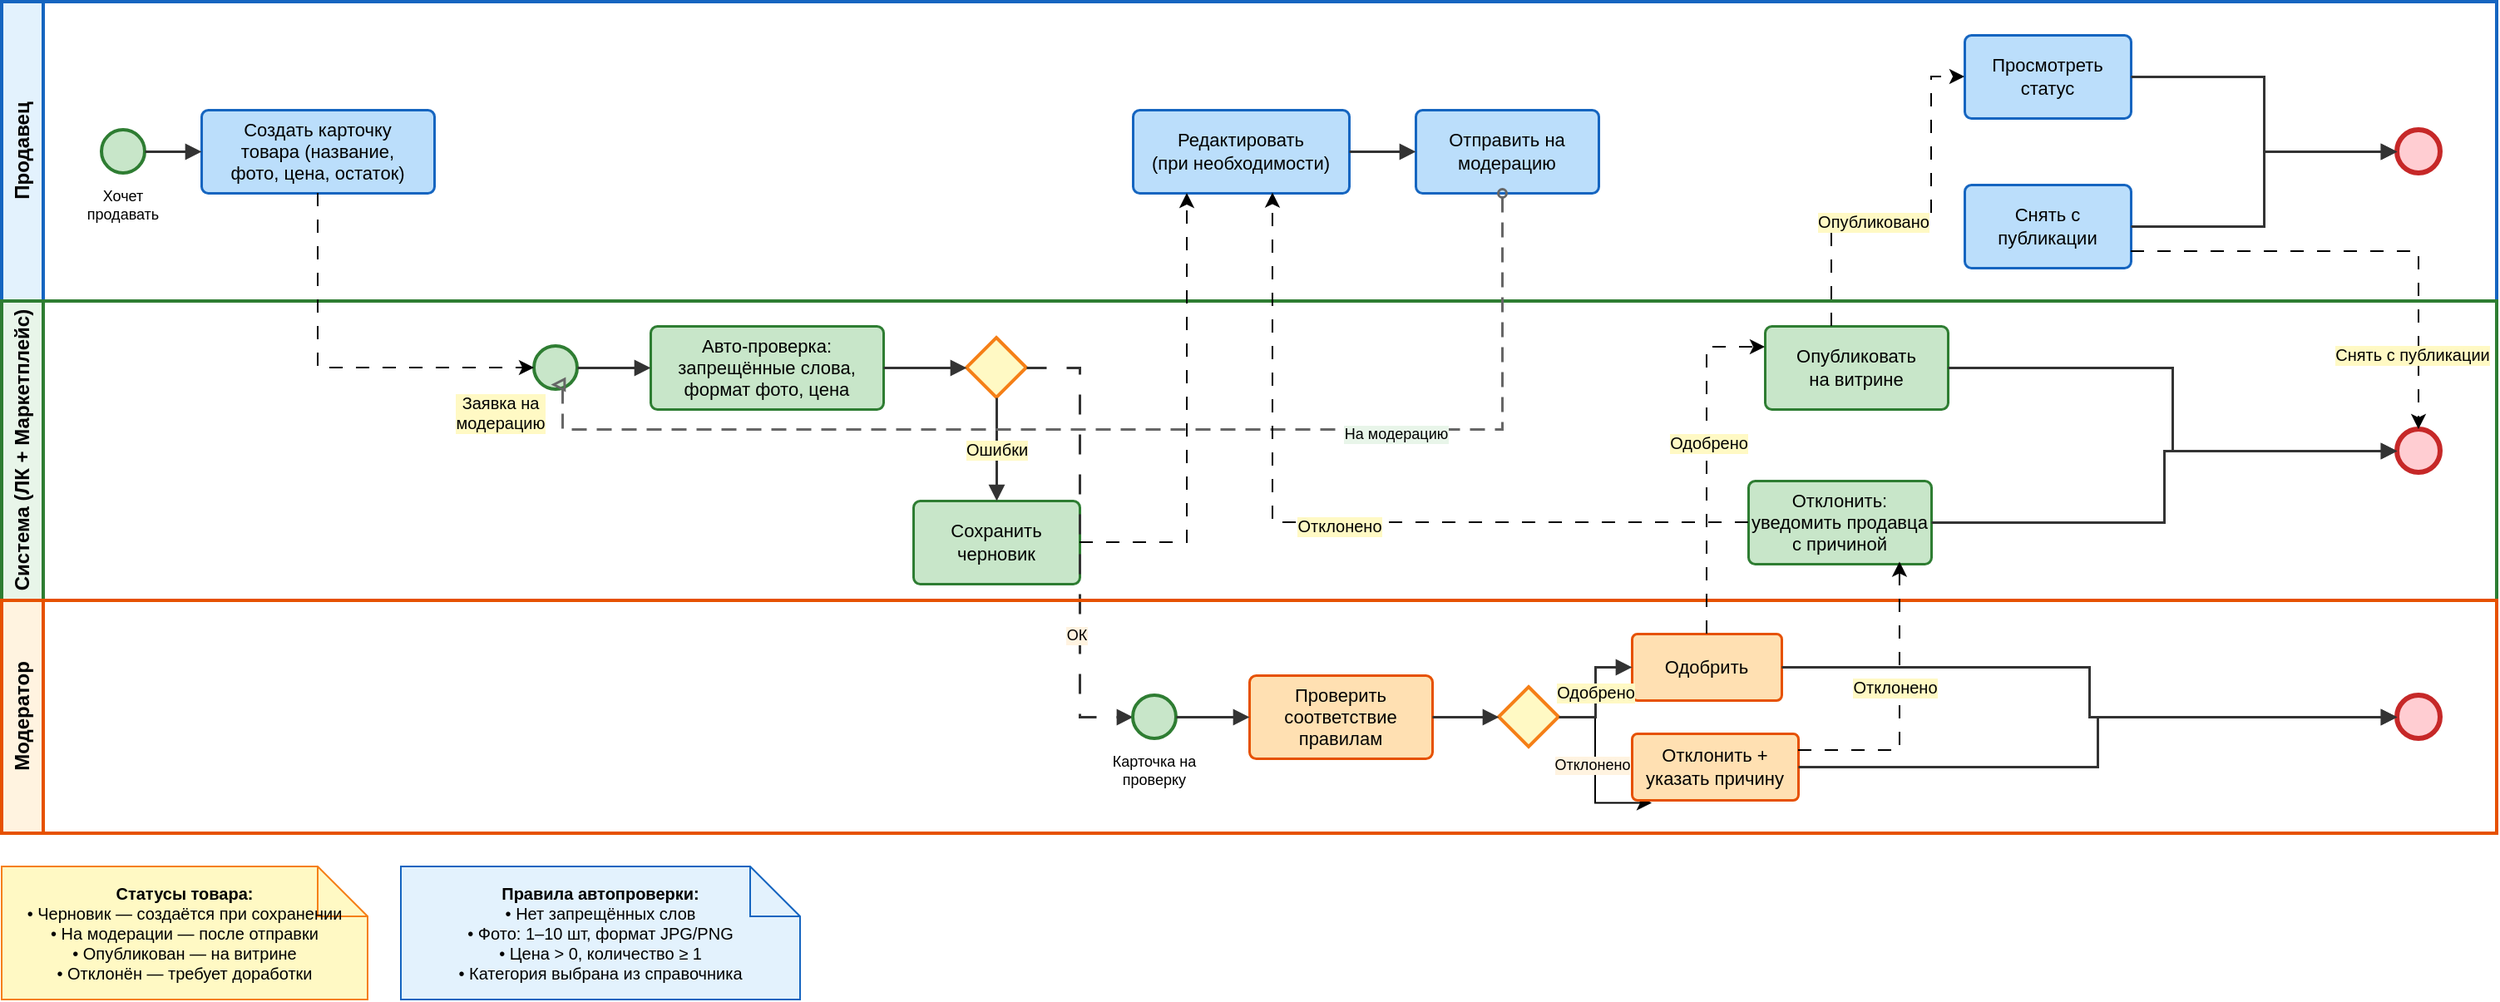
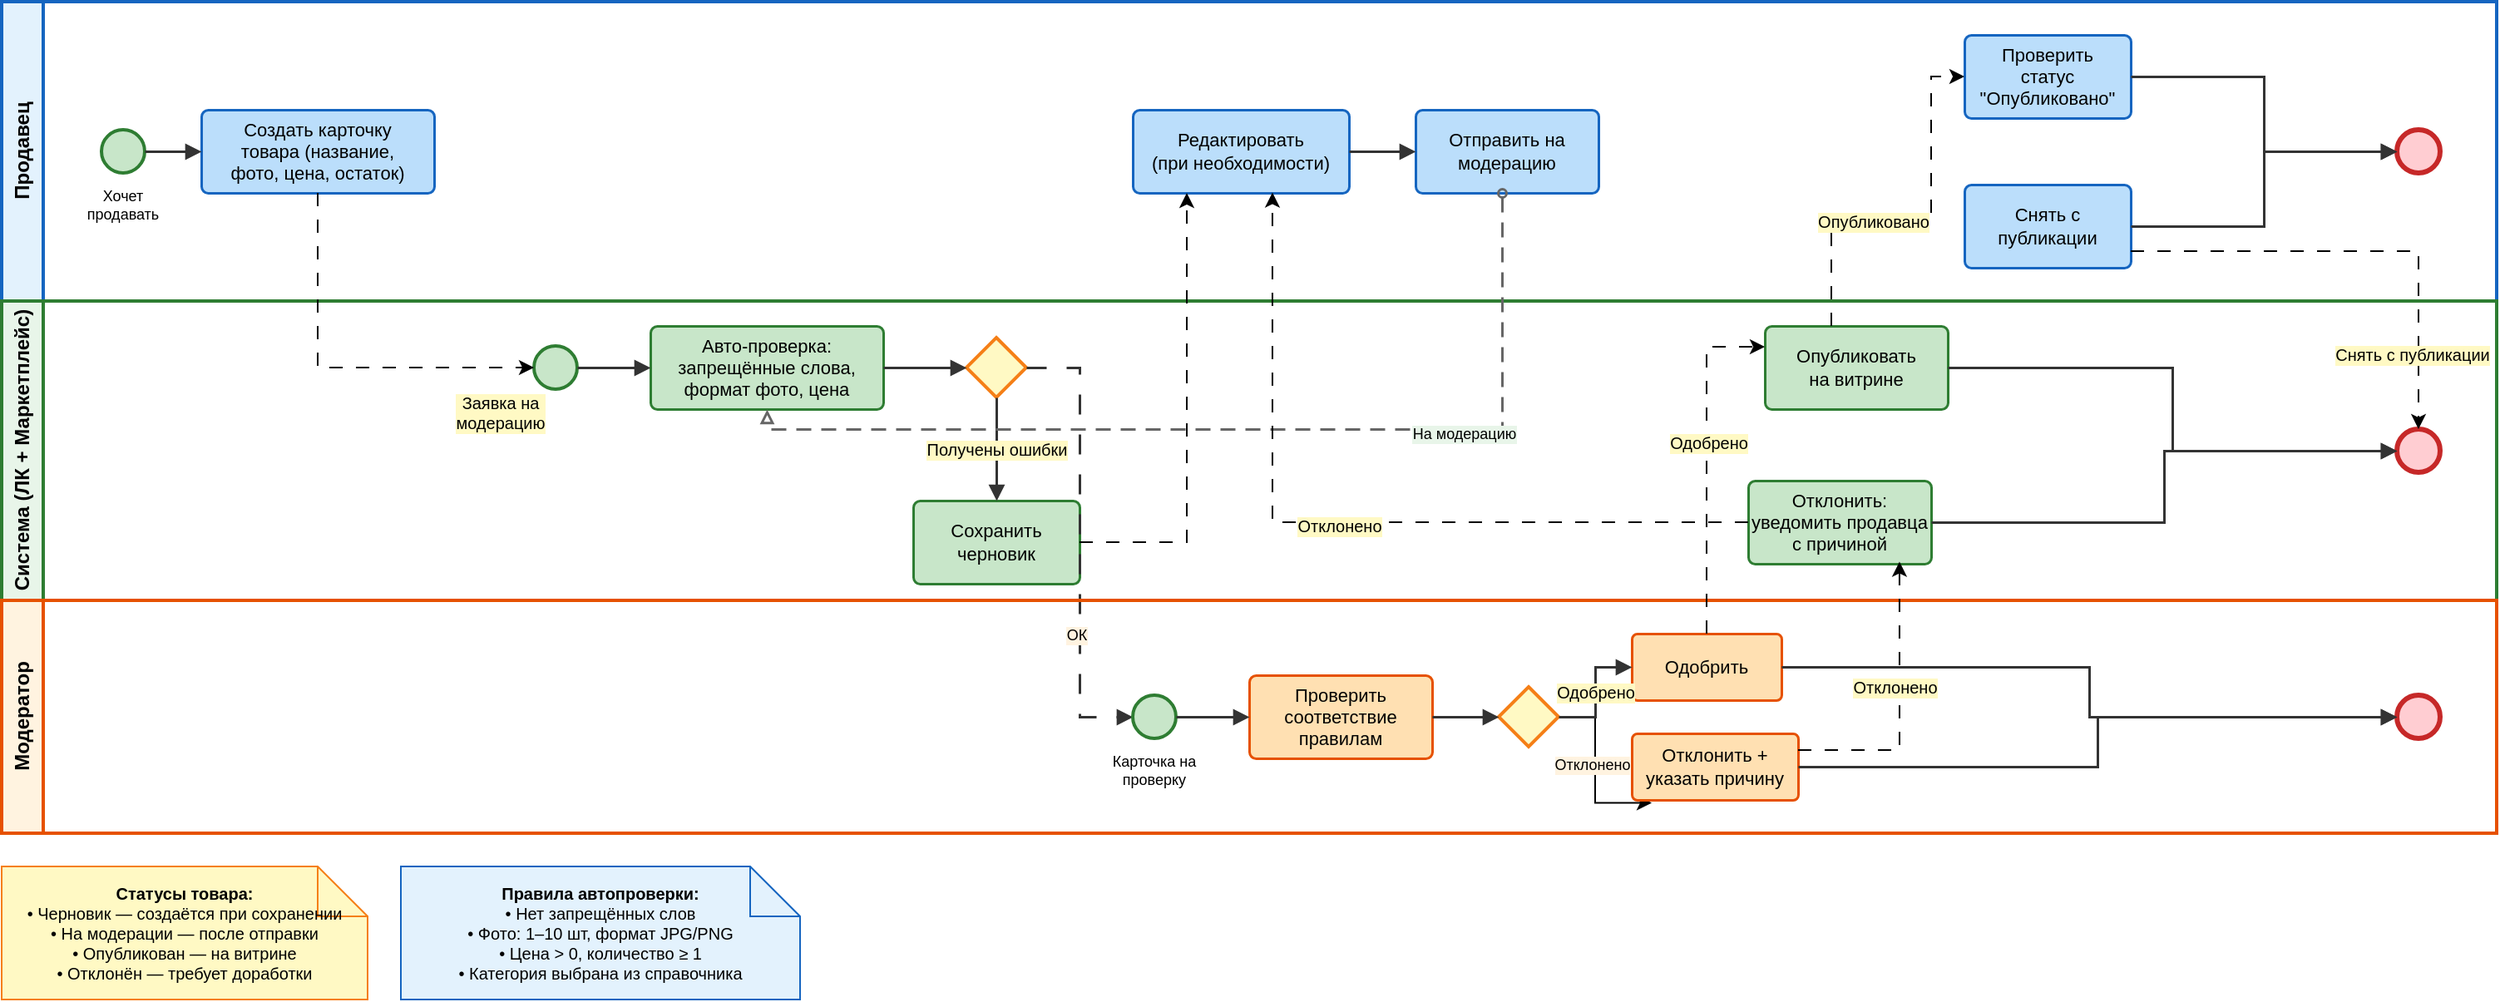
<mxfile host="app.diagrams.net" agent="Kimi">
  <diagram name="Публикация товара" id="product-publish-bpmn">
-     <mxGraphModel dx="1288" dy="711" grid="1" gridSize="10" guides="1" tooltips="1" connect="1" arrows="1" fold="1" page="1" pageScale="1" pageWidth="1700" pageHeight="900" math="0" shadow="0">
+     <mxGraphModel dx="1875" dy="711" grid="1" gridSize="10" guides="1" tooltips="1" connect="1" arrows="1" fold="1" page="1" pageScale="1" pageWidth="1700" pageHeight="900" math="0" shadow="0">
      <root>
        <mxCell id="0" />
        <mxCell id="1" parent="0" />
        <mxCell id="pool-seller" parent="1" style="swimlane;horizontal=0;startSize=25;swimlaneLine=1;collapsible=0;fontStyle=1;fillColor=#E3F2FD;strokeColor=#1565C0;strokeWidth=2;fontSize=12;whiteSpace=wrap;" value="Продавец" vertex="1">
          <mxGeometry height="180" width="1500" x="40" y="40" as="geometry" />
        </mxCell>
        <mxCell id="start-seller" parent="pool-seller" style="ellipse;whiteSpace=wrap;html=1;aspect=fixed;fillColor=#C8E6C9;strokeColor=#2E7D32;strokeWidth=2;" value="" vertex="1">
          <mxGeometry height="26" width="26" x="60" y="77" as="geometry" />
        </mxCell>
        <mxCell id="lbl-start-seller" parent="pool-seller" style="text;html=1;strokeColor=none;fillColor=none;align=center;verticalAlign=top;whiteSpace=wrap;rounded=0;fontSize=9;" value="Хочет&#xa;продавать" vertex="1">
          <mxGeometry height="28" width="60" x="43" y="105" as="geometry" />
        </mxCell>
        <mxCell id="task-create" parent="pool-seller" style="rounded=1;whiteSpace=wrap;html=1;arcSize=8;fillColor=#BBDEFB;strokeColor=#1565C0;strokeWidth=1.5;fontSize=11;" value="Создать карточку&#xa;товара (название,&#xa;фото, цена, остаток)" vertex="1">
          <mxGeometry height="50" width="140" x="120" y="65" as="geometry" />
        </mxCell>
        <mxCell id="task-edit" parent="pool-seller" style="rounded=1;whiteSpace=wrap;html=1;arcSize=8;fillColor=#BBDEFB;strokeColor=#1565C0;strokeWidth=1.5;fontSize=11;" value="Редактировать&#xa;(при необходимости)" vertex="1">
          <mxGeometry height="50" width="130" x="680" y="65" as="geometry" />
        </mxCell>
        <mxCell id="task-send" parent="pool-seller" style="rounded=1;whiteSpace=wrap;html=1;arcSize=8;fillColor=#BBDEFB;strokeColor=#1565C0;strokeWidth=1.5;fontSize=11;" value="Отправить на&#xa;модерацию" vertex="1">
          <mxGeometry height="50" width="110" x="850" y="65" as="geometry" />
        </mxCell>
-         <mxCell id="task-view-status" parent="pool-seller" style="rounded=1;whiteSpace=wrap;html=1;arcSize=8;fillColor=#BBDEFB;strokeColor=#1565C0;strokeWidth=1.5;fontSize=11;" value="Просмотреть&#xa;статус" vertex="1">
+         <mxCell id="task-view-status" parent="pool-seller" style="rounded=1;whiteSpace=wrap;html=1;arcSize=8;fillColor=#BBDEFB;strokeColor=#1565C0;strokeWidth=1.5;fontSize=11;" value="Проверить&lt;br&gt;статус &quot;Опубликовано&quot;" vertex="1">
          <mxGeometry height="50" width="100" x="1180" y="20" as="geometry" />
        </mxCell>
        <mxCell id="task-unpublish" parent="pool-seller" style="rounded=1;whiteSpace=wrap;html=1;arcSize=8;fillColor=#BBDEFB;strokeColor=#1565C0;strokeWidth=1.5;fontSize=11;" value="Снять с&#xa;публикации" vertex="1">
          <mxGeometry height="50" width="100" x="1180" y="110" as="geometry" />
        </mxCell>
        <mxCell id="end-seller" parent="pool-seller" style="ellipse;whiteSpace=wrap;html=1;aspect=fixed;fillColor=#FFCDD2;strokeColor=#C62828;strokeWidth=3;" value="" vertex="1">
          <mxGeometry height="26" width="26" x="1440" y="77" as="geometry" />
        </mxCell>
        <mxCell id="sf-s1" edge="1" parent="pool-seller" source="start-seller" style="edgeStyle=orthogonalEdgeStyle;rounded=0;orthogonalLoop=1;jettySize=auto;html=1;exitX=1;exitY=0.5;exitDx=0;exitDy=0;entryX=0;entryY=0.5;entryDx=0;entryDy=0;strokeColor=#333333;strokeWidth=1.5;endArrow=block;endFill=1;" target="task-create" value="">
          <mxGeometry relative="1" as="geometry" />
        </mxCell>
        <mxCell id="sf-s2" edge="1" parent="pool-seller" source="task-edit" style="edgeStyle=orthogonalEdgeStyle;rounded=0;orthogonalLoop=1;jettySize=auto;html=1;exitX=1;exitY=0.5;exitDx=0;exitDy=0;entryX=0;entryY=0.5;entryDx=0;entryDy=0;strokeColor=#333333;strokeWidth=1.5;endArrow=block;endFill=1;" target="task-send" value="">
          <mxGeometry relative="1" as="geometry" />
        </mxCell>
        <mxCell id="sf-s3" edge="1" parent="pool-seller" source="task-view-status" style="edgeStyle=orthogonalEdgeStyle;rounded=0;orthogonalLoop=1;jettySize=auto;html=1;exitX=1;exitY=0.5;exitDx=0;exitDy=0;entryX=0;entryY=0.5;entryDx=0;entryDy=0;strokeColor=#333333;strokeWidth=1.5;endArrow=block;endFill=1;" target="end-seller" value="">
          <mxGeometry relative="1" as="geometry" />
        </mxCell>
        <mxCell id="sf-s4" edge="1" parent="pool-seller" source="task-unpublish" style="edgeStyle=orthogonalEdgeStyle;rounded=0;orthogonalLoop=1;jettySize=auto;html=1;exitX=1;exitY=0.5;exitDx=0;exitDy=0;entryX=0;entryY=0.5;entryDx=0;entryDy=0;strokeColor=#333333;strokeWidth=1.5;endArrow=block;endFill=1;" target="end-seller" value="">
          <mxGeometry relative="1" as="geometry" />
        </mxCell>
        <mxCell id="pool-system" parent="1" style="swimlane;horizontal=0;startSize=25;swimlaneLine=1;collapsible=0;fontStyle=1;fillColor=#E8F5E9;strokeColor=#2E7D32;strokeWidth=2;fontSize=12;whiteSpace=wrap;" value="Система (ЛК + Маркетплейс)" vertex="1">
          <mxGeometry height="180" width="1500" x="40" y="220" as="geometry" />
        </mxCell>
        <mxCell id="start-system" parent="pool-system" style="ellipse;whiteSpace=wrap;html=1;aspect=fixed;fillColor=#C8E6C9;strokeColor=#2E7D32;strokeWidth=2;" value="" vertex="1">
          <mxGeometry height="26" width="26" x="320" y="27" as="geometry" />
        </mxCell>
        <mxCell id="lbl-start-system" parent="pool-system" style="text;html=1;strokeColor=none;fillColor=none;align=center;verticalAlign=middle;whiteSpace=wrap;rounded=0;fontSize=10;fontFamily=Helvetica;fontColor=default;fontStyle=0;labelBackgroundColor=#FFF9C4;" value="Заявка на&#xa;модерацию" vertex="1">
          <mxGeometry height="28" width="60" x="270" y="53" as="geometry" />
        </mxCell>
        <mxCell id="task-validate" parent="pool-system" style="rounded=1;whiteSpace=wrap;html=1;arcSize=8;fillColor=#C8E6C9;strokeColor=#2E7D32;strokeWidth=1.5;fontSize=11;" value="Авто-проверка:&#xa;запрещённые слова,&#xa;формат фото, цена" vertex="1">
          <mxGeometry height="50" width="140" x="390" y="15" as="geometry" />
        </mxCell>
        <mxCell id="gateway-auto" parent="pool-system" style="rhombus;whiteSpace=wrap;html=1;fillColor=#FFF9C4;strokeColor=#F57F17;strokeWidth=2;" value="" vertex="1">
          <mxGeometry height="36" width="36" x="580" y="22" as="geometry" />
        </mxCell>
        <mxCell id="task-save-draft" parent="pool-system" style="rounded=1;whiteSpace=wrap;html=1;arcSize=8;fillColor=#C8E6C9;strokeColor=#2E7D32;strokeWidth=1.5;fontSize=11;" value="Сохранить&#xa;черновик" vertex="1">
          <mxGeometry height="50" width="100" x="548" y="120" as="geometry" />
        </mxCell>
        <mxCell id="task-publish" parent="pool-system" style="rounded=1;whiteSpace=wrap;html=1;arcSize=8;fillColor=#C8E6C9;strokeColor=#2E7D32;strokeWidth=1.5;fontSize=11;" value="Опубликовать&#xa;на витрине" vertex="1">
          <mxGeometry height="50" width="110" x="1060" y="15" as="geometry" />
        </mxCell>
        <mxCell id="task-reject-sys" parent="pool-system" style="rounded=1;whiteSpace=wrap;html=1;arcSize=8;fillColor=#C8E6C9;strokeColor=#2E7D32;strokeWidth=1.5;fontSize=11;" value="Отклонить:&#xa;уведомить продавца&#xa;с причиной" vertex="1">
          <mxGeometry height="50" width="110" x="1050" y="108" as="geometry" />
        </mxCell>
        <mxCell id="end-system-ok" parent="pool-system" style="ellipse;whiteSpace=wrap;html=1;aspect=fixed;fillColor=#FFCDD2;strokeColor=#C62828;strokeWidth=3;" value="" vertex="1">
          <mxGeometry height="26" width="26" x="1440" y="77" as="geometry" />
        </mxCell>
        <mxCell id="sf-sys1" edge="1" parent="pool-system" source="start-system" style="edgeStyle=orthogonalEdgeStyle;rounded=0;orthogonalLoop=1;jettySize=auto;html=1;exitX=1;exitY=0.5;exitDx=0;exitDy=0;entryX=0;entryY=0.5;entryDx=0;entryDy=0;strokeColor=#333333;strokeWidth=1.5;endArrow=block;endFill=1;" target="task-validate" value="">
          <mxGeometry relative="1" as="geometry" />
        </mxCell>
        <mxCell id="sf-sys2" edge="1" parent="pool-system" source="task-validate" style="edgeStyle=orthogonalEdgeStyle;rounded=0;orthogonalLoop=1;jettySize=auto;html=1;exitX=1;exitY=0.5;exitDx=0;exitDy=0;entryX=0;entryY=0.5;entryDx=0;entryDy=0;strokeColor=#333333;strokeWidth=1.5;endArrow=block;endFill=1;" target="gateway-auto" value="">
          <mxGeometry relative="1" as="geometry" />
        </mxCell>
-         <mxCell id="sf-sys3" edge="1" parent="pool-system" source="gateway-auto" style="edgeStyle=orthogonalEdgeStyle;rounded=0;orthogonalLoop=1;jettySize=auto;html=1;exitX=0.5;exitY=1;exitDx=0;exitDy=0;entryX=0.5;entryY=0;entryDx=0;entryDy=0;strokeColor=#333333;strokeWidth=1.5;endArrow=block;endFill=1;labelBackgroundColor=#FFF9C4;fontSize=10;" target="task-save-draft" value="Ошибки">
+         <mxCell id="sf-sys3" edge="1" parent="pool-system" source="gateway-auto" style="edgeStyle=orthogonalEdgeStyle;rounded=0;orthogonalLoop=1;jettySize=auto;html=1;exitX=0.5;exitY=1;exitDx=0;exitDy=0;entryX=0.5;entryY=0;entryDx=0;entryDy=0;strokeColor=#333333;strokeWidth=1.5;endArrow=block;endFill=1;labelBackgroundColor=#FFF9C4;fontSize=10;" target="task-save-draft" value="Получены ошибки">
          <mxGeometry relative="1" as="geometry" />
        </mxCell>
        <mxCell id="sf-sys4" edge="1" parent="pool-system" source="gateway-auto" style="edgeStyle=orthogonalEdgeStyle;rounded=0;orthogonalLoop=1;jettySize=auto;html=1;exitX=1;exitY=0.5;exitDx=0;exitDy=0;entryX=0;entryY=0.5;entryDx=0;entryDy=0;strokeColor=#333333;strokeWidth=1.5;endArrow=block;endFill=1;labelBackgroundColor=#FFF9C4;fontSize=10;dashed=1;dashPattern=8 8;" target="start-moderator" value="">
          <mxGeometry relative="1" as="geometry" />
        </mxCell>
        <mxCell id="LQupT064AYVrGXeOsNIc-1" connectable="0" parent="sf-sys4" style="edgeLabel;html=1;align=center;verticalAlign=middle;resizable=0;points=[];fontFamily=Helvetica;fontSize=9;fontColor=default;fontStyle=0;labelBackgroundColor=#FFF3E0;" value="ОК" vertex="1">
          <mxGeometry relative="1" x="0.4081" y="-2" as="geometry">
            <mxPoint as="offset" />
          </mxGeometry>
        </mxCell>
        <mxCell id="sf-sys5" edge="1" parent="pool-system" source="task-publish" style="edgeStyle=orthogonalEdgeStyle;rounded=0;orthogonalLoop=1;jettySize=auto;html=1;exitX=1;exitY=0.5;exitDx=0;exitDy=0;entryX=0;entryY=0.5;entryDx=0;entryDy=0;strokeColor=#333333;strokeWidth=1.5;endArrow=block;endFill=1;" target="end-system-ok" value="">
          <mxGeometry relative="1" as="geometry" />
        </mxCell>
        <mxCell id="sf-sys6" edge="1" parent="pool-system" source="task-reject-sys" style="edgeStyle=orthogonalEdgeStyle;rounded=0;orthogonalLoop=1;jettySize=auto;html=1;exitX=1;exitY=0.5;exitDx=0;exitDy=0;entryX=0;entryY=0.5;entryDx=0;entryDy=0;strokeColor=#333333;strokeWidth=1.5;endArrow=block;endFill=1;" target="end-system-ok" value="">
          <mxGeometry relative="1" as="geometry" />
        </mxCell>
-         <mxCell id="mf3" edge="1" parent="pool-system" style="edgeStyle=orthogonalEdgeStyle;rounded=0;orthogonalLoop=1;jettySize=auto;html=1;exitX=0.5;exitY=1;exitDx=0;exitDy=0;strokeColor=#666666;strokeWidth=1.5;dashed=1;dashPattern=6 4;startArrow=oval;startFill=0;startSize=5;endArrow=block;endFill=0;endSize=5;fontSize=9;labelBackgroundColor=#E8F5E9;" value="На модерацию">
+         <mxCell id="mf3" edge="1" parent="pool-system" style="edgeStyle=orthogonalEdgeStyle;rounded=0;orthogonalLoop=1;jettySize=auto;html=1;exitX=0.5;exitY=1;exitDx=0;exitDy=0;strokeColor=#666666;strokeWidth=1.5;dashed=1;dashPattern=6 4;startArrow=oval;startFill=0;startSize=5;endArrow=block;endFill=0;endSize=5;fontSize=9;labelBackgroundColor=#E8F5E9;entryX=0.5;entryY=1;entryDx=0;entryDy=0;" target="task-validate" value="На модерацию">
          <mxGeometry relative="1" x="-0.4413" y="3" as="geometry">
            <mxPoint x="1" as="offset" />
            <Array as="points">
              <mxPoint x="902" y="77" />
-               <mxPoint x="337" y="77" />
-               <mxPoint x="337" y="50" />
+               <mxPoint x="460" y="77" />
            </Array>
            <mxPoint x="902" y="-65" as="sourcePoint" />
            <mxPoint x="330" y="50" as="targetPoint" />
          </mxGeometry>
        </mxCell>
        <mxCell id="pool-moderator" parent="1" style="swimlane;horizontal=0;startSize=25;swimlaneLine=1;collapsible=0;fontStyle=1;fillColor=#FFF3E0;strokeColor=#E65100;strokeWidth=2;fontSize=12;whiteSpace=wrap;" value="Модератор" vertex="1">
          <mxGeometry height="140" width="1500" x="40" y="400" as="geometry" />
        </mxCell>
        <mxCell id="start-moderator" parent="pool-moderator" style="ellipse;whiteSpace=wrap;html=1;aspect=fixed;fillColor=#C8E6C9;strokeColor=#2E7D32;strokeWidth=2;" value="" vertex="1">
          <mxGeometry height="26" width="26" x="680" y="57" as="geometry" />
        </mxCell>
        <mxCell id="lbl-start-mod" parent="pool-moderator" style="text;html=1;strokeColor=none;fillColor=none;align=center;verticalAlign=top;whiteSpace=wrap;rounded=0;fontSize=9;" value="Карточка на&#xa;проверку" vertex="1">
          <mxGeometry height="28" width="60" x="663" y="85" as="geometry" />
        </mxCell>
        <mxCell id="task-check" parent="pool-moderator" style="rounded=1;whiteSpace=wrap;html=1;arcSize=8;fillColor=#FFE0B2;strokeColor=#E65100;strokeWidth=1.5;fontSize=11;" value="Проверить&#xa;соответствие&#xa;правилам" vertex="1">
          <mxGeometry height="50" width="110" x="750" y="45" as="geometry" />
        </mxCell>
        <mxCell id="LQupT064AYVrGXeOsNIc-2" edge="1" parent="pool-moderator" source="gateway-mod" style="edgeStyle=orthogonalEdgeStyle;rounded=0;orthogonalLoop=1;jettySize=auto;html=1;entryX=0.12;entryY=1.044;entryDx=0;entryDy=0;entryPerimeter=0;" target="task-reject-mod">
          <mxGeometry relative="1" as="geometry">
            <mxPoint x="918" y="130" as="targetPoint" />
          </mxGeometry>
        </mxCell>
        <mxCell id="LQupT064AYVrGXeOsNIc-4" connectable="0" parent="LQupT064AYVrGXeOsNIc-2" style="edgeLabel;html=1;align=center;verticalAlign=middle;resizable=0;points=[];fontFamily=Helvetica;fontSize=9;fontColor=default;fontStyle=0;labelBackgroundColor=#FFF3E0;" value="Отклонено" vertex="1">
          <mxGeometry relative="1" x="-0.0534" y="-2" as="geometry">
            <mxPoint as="offset" />
          </mxGeometry>
        </mxCell>
        <mxCell id="gateway-mod" parent="pool-moderator" style="rhombus;whiteSpace=wrap;html=1;fillColor=#FFF9C4;strokeColor=#F57F17;strokeWidth=2;" value="" vertex="1">
          <mxGeometry height="36" width="36" x="900" y="52" as="geometry" />
        </mxCell>
        <mxCell id="task-approve" parent="pool-moderator" style="rounded=1;whiteSpace=wrap;html=1;arcSize=8;fillColor=#FFE0B2;strokeColor=#E65100;strokeWidth=1.5;fontSize=11;" value="Одобрить" vertex="1">
          <mxGeometry height="40" width="90" x="980" y="20" as="geometry" />
        </mxCell>
        <mxCell id="task-reject-mod" parent="pool-moderator" style="rounded=1;whiteSpace=wrap;html=1;arcSize=8;fillColor=#FFE0B2;strokeColor=#E65100;strokeWidth=1.5;fontSize=11;" value="Отклонить +&#xa;указать причину" vertex="1">
          <mxGeometry height="40" width="100" x="980" y="80" as="geometry" />
        </mxCell>
        <mxCell id="end-mod" parent="pool-moderator" style="ellipse;whiteSpace=wrap;html=1;aspect=fixed;fillColor=#FFCDD2;strokeColor=#C62828;strokeWidth=3;" value="" vertex="1">
          <mxGeometry height="26" width="26" x="1440" y="57" as="geometry" />
        </mxCell>
        <mxCell id="sf-m1" edge="1" parent="pool-moderator" source="start-moderator" style="edgeStyle=orthogonalEdgeStyle;rounded=0;orthogonalLoop=1;jettySize=auto;html=1;exitX=1;exitY=0.5;exitDx=0;exitDy=0;entryX=0;entryY=0.5;entryDx=0;entryDy=0;strokeColor=#333333;strokeWidth=1.5;endArrow=block;endFill=1;" target="task-check" value="">
          <mxGeometry relative="1" as="geometry" />
        </mxCell>
        <mxCell id="sf-m2" edge="1" parent="pool-moderator" source="task-check" style="edgeStyle=orthogonalEdgeStyle;rounded=0;orthogonalLoop=1;jettySize=auto;html=1;exitX=1;exitY=0.5;exitDx=0;exitDy=0;entryX=0;entryY=0.5;entryDx=0;entryDy=0;strokeColor=#333333;strokeWidth=1.5;endArrow=block;endFill=1;" target="gateway-mod" value="">
          <mxGeometry relative="1" as="geometry" />
        </mxCell>
        <mxCell id="sf-m3" edge="1" parent="pool-moderator" source="gateway-mod" style="edgeStyle=orthogonalEdgeStyle;rounded=0;orthogonalLoop=1;jettySize=auto;html=1;exitX=1;exitY=0.5;exitDx=0;exitDy=0;entryX=0;entryY=0.5;entryDx=0;entryDy=0;strokeColor=#333333;strokeWidth=1.5;endArrow=block;endFill=1;labelBackgroundColor=#FFF9C4;fontSize=10;" target="task-approve" value="Одобрено">
          <mxGeometry relative="1" x="0.0135" as="geometry">
            <mxPoint as="offset" />
          </mxGeometry>
        </mxCell>
        <mxCell id="sf-m5" edge="1" parent="pool-moderator" source="task-approve" style="edgeStyle=orthogonalEdgeStyle;rounded=0;orthogonalLoop=1;jettySize=auto;html=1;exitX=1;exitY=0.5;exitDx=0;exitDy=0;entryX=0;entryY=0.5;entryDx=0;entryDy=0;strokeColor=#333333;strokeWidth=1.5;endArrow=block;endFill=1;" target="end-mod" value="">
          <mxGeometry relative="1" as="geometry" />
        </mxCell>
        <mxCell id="sf-m6" edge="1" parent="pool-moderator" source="task-reject-mod" style="edgeStyle=orthogonalEdgeStyle;rounded=0;orthogonalLoop=1;jettySize=auto;html=1;exitX=1;exitY=0.5;exitDx=0;exitDy=0;entryX=0;entryY=0.5;entryDx=0;entryDy=0;strokeColor=#333333;strokeWidth=1.5;endArrow=block;endFill=1;" target="end-mod" value="">
          <mxGeometry relative="1" as="geometry" />
        </mxCell>
        <mxCell id="note1" parent="1" style="shape=note;whiteSpace=wrap;html=1;backgroundOutline=1;fillColor=#FFF9C4;strokeColor=#F57F17;fontSize=10;" value="&lt;b&gt;Статусы товара:&lt;/b&gt;&lt;br&gt;• Черновик — создаётся при сохранении&lt;br&gt;• На модерации — после отправки&lt;br&gt;• Опубликован — на витрине&lt;br&gt;• Отклонён — требует доработки" vertex="1">
          <mxGeometry height="80" width="220" x="40" y="560" as="geometry" />
        </mxCell>
        <mxCell id="note2" parent="1" style="shape=note;whiteSpace=wrap;html=1;backgroundOutline=1;fillColor=#E3F2FD;strokeColor=#1565C0;fontSize=10;" value="&lt;b&gt;Правила автопроверки:&lt;/b&gt;&lt;br&gt;• Нет запрещённых слов&lt;br&gt;• Фото: 1–10 шт, формат JPG/PNG&lt;br&gt;• Цена &gt; 0, количество ≥ 1&lt;br&gt;• Категория выбрана из справочника" vertex="1">
          <mxGeometry height="80" width="240" x="280" y="560" as="geometry" />
        </mxCell>
        <mxCell id="LQupT064AYVrGXeOsNIc-5" edge="1" parent="1" source="task-approve" style="edgeStyle=orthogonalEdgeStyle;rounded=0;orthogonalLoop=1;jettySize=auto;html=1;entryX=0;entryY=0.25;entryDx=0;entryDy=0;dashed=1;dashPattern=8 8;" target="task-publish">
          <mxGeometry relative="1" as="geometry">
            <mxPoint x="1080" y="290" as="targetPoint" />
          </mxGeometry>
        </mxCell>
        <mxCell id="LQupT064AYVrGXeOsNIc-6" connectable="0" parent="LQupT064AYVrGXeOsNIc-5" style="edgeLabel;html=1;align=center;verticalAlign=middle;resizable=0;points=[];fontFamily=Helvetica;fontSize=10;fontColor=default;fontStyle=0;labelBackgroundColor=#FFF9C4;" value="Одобрено" vertex="1">
          <mxGeometry relative="1" x="0.1153" y="-1" as="geometry">
            <mxPoint as="offset" />
          </mxGeometry>
        </mxCell>
        <mxCell id="LQupT064AYVrGXeOsNIc-8" edge="1" parent="1" source="task-reject-mod" style="edgeStyle=orthogonalEdgeStyle;rounded=0;orthogonalLoop=1;jettySize=auto;html=1;exitX=1;exitY=0.25;exitDx=0;exitDy=0;entryX=0.827;entryY=0.975;entryDx=0;entryDy=0;entryPerimeter=0;dashed=1;dashPattern=8 8;" target="task-reject-sys">
          <mxGeometry relative="1" as="geometry" />
        </mxCell>
        <mxCell id="LQupT064AYVrGXeOsNIc-9" connectable="0" parent="LQupT064AYVrGXeOsNIc-8" style="edgeLabel;html=1;align=center;verticalAlign=middle;resizable=0;points=[];fontFamily=Helvetica;fontSize=10;fontColor=default;fontStyle=0;labelBackgroundColor=#FFF9C4;" value="Отклонено" vertex="1">
          <mxGeometry relative="1" x="0.1353" y="3" as="geometry">
            <mxPoint as="offset" />
          </mxGeometry>
        </mxCell>
        <mxCell id="LQupT064AYVrGXeOsNIc-10" edge="1" parent="1" source="task-unpublish" style="edgeStyle=orthogonalEdgeStyle;rounded=0;orthogonalLoop=1;jettySize=auto;html=1;entryX=0.5;entryY=0;entryDx=0;entryDy=0;dashed=1;dashPattern=8 8;" target="end-system-ok">
          <mxGeometry relative="1" as="geometry">
            <Array as="points">
              <mxPoint x="1493" y="190" />
            </Array>
          </mxGeometry>
        </mxCell>
        <mxCell id="LQupT064AYVrGXeOsNIc-11" connectable="0" parent="LQupT064AYVrGXeOsNIc-10" style="edgeLabel;html=1;align=center;verticalAlign=middle;resizable=0;points=[];fontFamily=Helvetica;fontSize=10;fontColor=default;fontStyle=0;labelBackgroundColor=#FFF9C4;" value="Снять с публикации" vertex="1">
          <mxGeometry relative="1" x="0.6746" y="-4" as="geometry">
            <mxPoint as="offset" />
          </mxGeometry>
        </mxCell>
        <mxCell id="LQupT064AYVrGXeOsNIc-14" edge="1" parent="1" source="task-publish" style="edgeStyle=orthogonalEdgeStyle;rounded=0;orthogonalLoop=1;jettySize=auto;html=1;entryX=0;entryY=0.5;entryDx=0;entryDy=0;dashed=1;dashPattern=8 8;" target="task-view-status">
          <mxGeometry relative="1" as="geometry">
            <Array as="points">
              <mxPoint x="1140" y="172" />
              <mxPoint x="1200" y="172" />
              <mxPoint x="1200" y="85" />
            </Array>
            <mxPoint x="1210" y="80" as="targetPoint" />
          </mxGeometry>
        </mxCell>
        <mxCell id="LQupT064AYVrGXeOsNIc-15" connectable="0" parent="LQupT064AYVrGXeOsNIc-14" style="edgeLabel;html=1;align=center;verticalAlign=middle;resizable=0;points=[];fontFamily=Helvetica;fontSize=10;fontColor=default;fontStyle=0;labelBackgroundColor=#FFF9C4;" value="Опубликовано" vertex="1">
          <mxGeometry relative="1" x="-0.2413" as="geometry">
            <mxPoint as="offset" />
          </mxGeometry>
        </mxCell>
        <mxCell id="LQupT064AYVrGXeOsNIc-16" edge="1" parent="1" source="task-reject-sys" style="edgeStyle=orthogonalEdgeStyle;rounded=0;orthogonalLoop=1;jettySize=auto;html=1;entryX=0.646;entryY=0.995;entryDx=0;entryDy=0;entryPerimeter=0;dashed=1;dashPattern=8 8;" target="task-edit">
          <mxGeometry relative="1" as="geometry" />
        </mxCell>
        <mxCell id="LQupT064AYVrGXeOsNIc-17" connectable="0" parent="LQupT064AYVrGXeOsNIc-16" style="edgeLabel;html=1;align=center;verticalAlign=middle;resizable=0;points=[];fontFamily=Helvetica;fontSize=10;fontColor=default;fontStyle=0;labelBackgroundColor=#FFF9C4;" value="Отклонено" vertex="1">
          <mxGeometry relative="1" x="0.0201" y="2" as="geometry">
            <mxPoint x="1" as="offset" />
          </mxGeometry>
        </mxCell>
        <mxCell id="LQupT064AYVrGXeOsNIc-18" edge="1" parent="1" source="task-save-draft" style="edgeStyle=orthogonalEdgeStyle;rounded=0;orthogonalLoop=1;jettySize=auto;html=1;entryX=0.25;entryY=1;entryDx=0;entryDy=0;dashed=1;dashPattern=8 8;" target="task-edit">
          <mxGeometry relative="1" as="geometry" />
        </mxCell>
        <mxCell id="LQupT064AYVrGXeOsNIc-20" edge="1" parent="1" source="task-create" style="edgeStyle=orthogonalEdgeStyle;rounded=0;orthogonalLoop=1;jettySize=auto;html=1;exitX=0.5;exitY=1;exitDx=0;exitDy=0;entryX=0;entryY=0.5;entryDx=0;entryDy=0;dashed=1;dashPattern=8 8;" target="start-system">
          <mxGeometry relative="1" as="geometry" />
        </mxCell>
      </root>
    </mxGraphModel>
  </diagram>
</mxfile>
